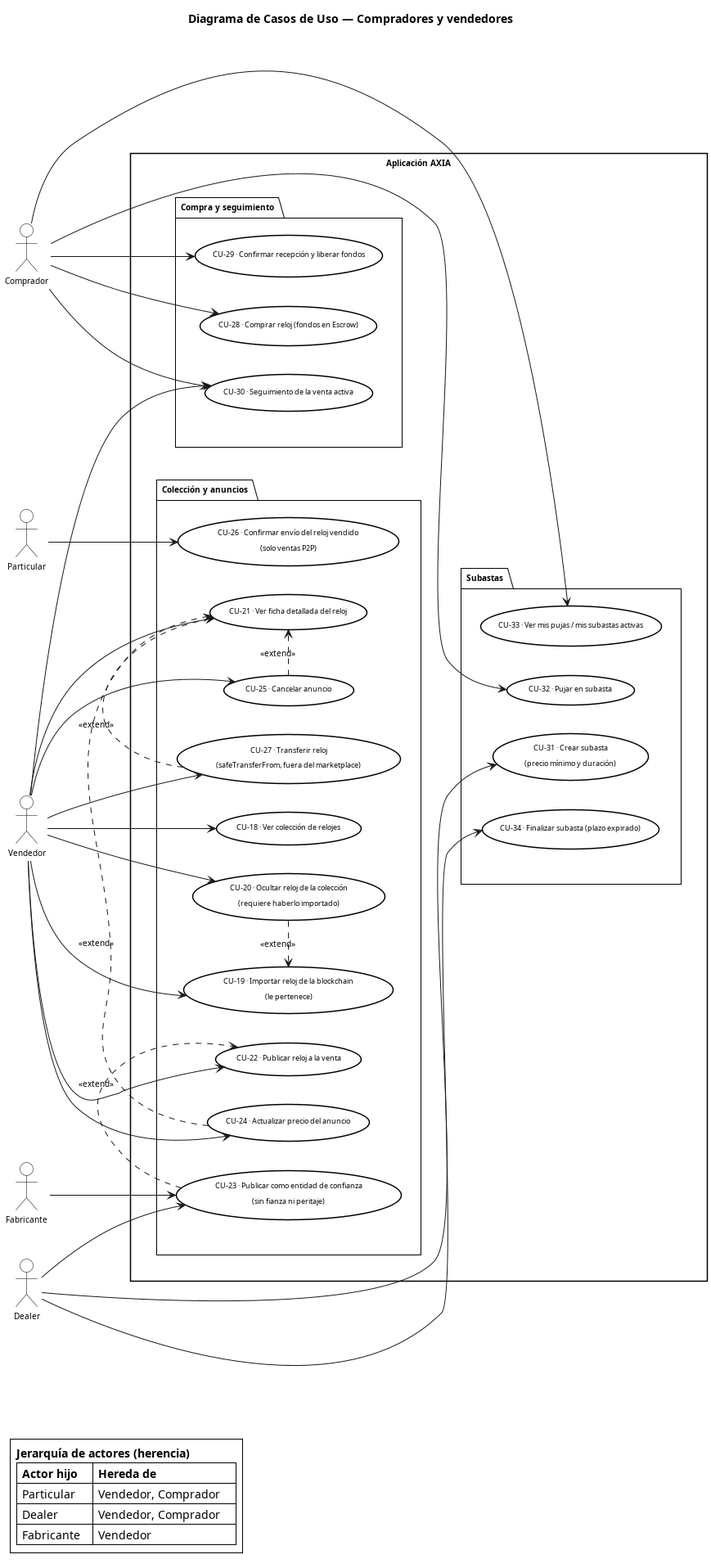
carlosherrerog/AXIA keeps this PlantUML diagram as docs/diagramas/CU_Aplicacion_2_Marketplace.png. Above is the earlier version. Its diagram source:
```plantuml
@startuml CU_Aplicacion_2_Marketplace

title Diagrama de Casos de Uso — Compradores y vendedores

skinparam actorStyle default
skinparam defaultFontName Arial
skinparam defaultFontSize 10
skinparam shadowing false
skinparam roundCorner 0
skinparam backgroundColor #FFFFFF
skinparam Padding 3

skinparam actor {
  BackgroundColor #FFFFFF
  BorderColor #000000
  FontColor #000000
  FontSize 10
}
skinparam usecase {
  BackgroundColor #FFFFFF
  BorderColor #000000
  FontColor #000000
  BorderThickness 1.5
  FontSize 9
}
skinparam package {
  BackgroundColor #FFFFFF
  BorderColor #000000
  FontColor #000000
  BorderThickness 1
  FontSize 10
}
skinparam rectangle {
  BackgroundColor #FFFFFF
  BorderColor #000000
  FontColor #000000
  BorderThickness 1.5
}

left to right direction

actor "Vendedor"    as Vendedor
actor "Comprador"   as Comprador

rectangle "  Aplicación AXIA  " {

  package "Colección y anuncios" as PKG_COL {
    usecase "CU-18 · Ver colección de relojes"                                  as CU_18
    usecase "CU-19 · Importar reloj de la blockchain\n(le pertenece)"         as CU_19
    usecase "CU-20 · Ocultar reloj de la colección\n(requiere haberlo importado)" as CU_20
    usecase "CU-21 · Ver ficha detallada del reloj"                             as CU_21
    usecase "CU-22 · Publicar reloj a la venta"                                 as CU_22
    usecase "CU-23 · Publicar como entidad de confianza\n(sin fianza ni peritaje)" as CU_23
    usecase "CU-24 · Actualizar precio del anuncio"                             as CU_24
    usecase "CU-25 · Cancelar anuncio"                                          as CU_25
    usecase "CU-26 · Confirmar envío del reloj vendido\n(solo ventas P2P)"     as CU_26
    usecase "CU-27 · Transferir reloj\n(safeTransferFrom, fuera del marketplace)" as CU_27
  }

  package "Compra y seguimiento" as PKG_COMPRA {
    usecase "CU-28 · Comprar reloj (fondos en Escrow)"                         as CU_28
    usecase "CU-29 · Confirmar recepción y liberar fondos"                     as CU_29
    usecase "CU-30 · Seguimiento de la venta activa"                           as CU_30
  }

  package "Subastas" as PKG_SUB {
    usecase "CU-31 · Crear subasta\n(precio mínimo y duración)"                 as CU_31
    usecase "CU-32 · Pujar en subasta"                                         as CU_32
    usecase "CU-33 · Ver mis pujas / mis subastas activas"                     as CU_33
    usecase "CU-34 · Finalizar subasta (plazo expirado)"                       as CU_34
  }

  CU_20 .> CU_19 : <<extend>>
  CU_23 .> CU_22  : <<extend>>
  CU_24  .> CU_21  : <<extend>>
  CU_25  .> CU_21  : <<extend>>
  CU_27 .> CU_21  : <<extend>>

  PKG_COL    -[hidden]r-> PKG_COMPRA
  PKG_COL    -[hidden]r-> PKG_SUB
  PKG_COMPRA -[hidden]d-> PKG_SUB
}

actor "Particular"  as Part
actor "Dealer"      as Dealer
actor "Fabricante"  as Fab

Vendedor  --> CU_18
Vendedor  --> CU_19
Vendedor  --> CU_20
Vendedor  --> CU_21
Vendedor  --> CU_22
Vendedor  --> CU_24
Vendedor  --> CU_25
Vendedor  --> CU_30
Vendedor  --> CU_27

Comprador --> CU_28
Comprador --> CU_29
Comprador --> CU_30
Comprador --> CU_32
Comprador --> CU_33

Part      --> CU_26

Dealer    --> CU_23
Dealer    --> CU_31
Dealer    --> CU_34

Fab       --> CU_23

legend bottom left
  <b>Jerarquía de actores (herencia)</b>
  |= Actor hijo  |= Hereda de             |
  | Particular   | Vendedor, Comprador    |
  | Dealer       | Vendedor, Comprador    |
  | Fabricante   | Vendedor               |
endlegend

@enduml
```
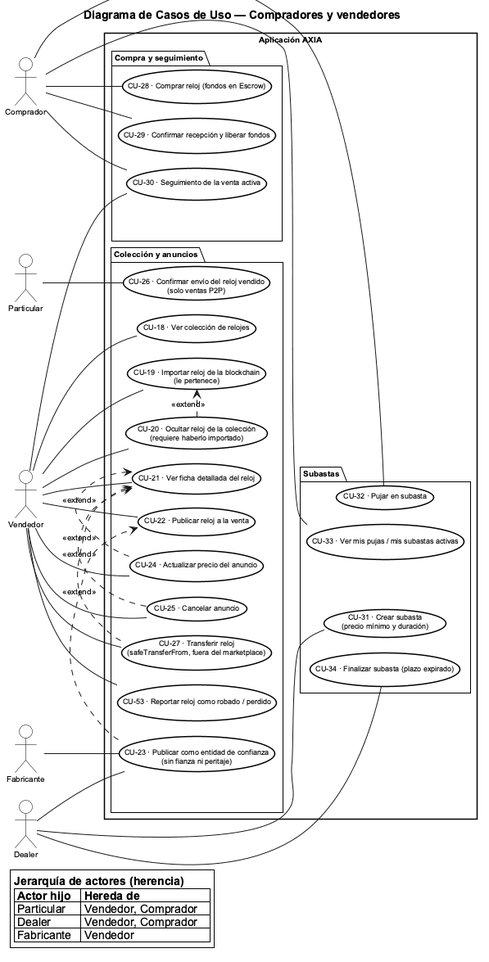
Later version of the same file.

What changed in the source:
```diff
@@ -1,4 +1,5 @@
 @startuml CU_Aplicacion_2_Marketplace
+!pragma layout smetana
 
 title Diagrama de Casos de Uso — Compradores y vendedores
 
@@ -8,7 +9,6 @@
 skinparam shadowing false
 skinparam roundCorner 0
 skinparam backgroundColor #FFFFFF
-skinparam Padding 3
 
 skinparam actor {
   BackgroundColor #FFFFFF
@@ -55,6 +55,7 @@
     usecase "CU-25 · Cancelar anuncio"                                          as CU_25
     usecase "CU-26 · Confirmar envío del reloj vendido\n(solo ventas P2P)"     as CU_26
     usecase "CU-27 · Transferir reloj\n(safeTransferFrom, fuera del marketplace)" as CU_27
+    usecase "CU-53 · Reportar reloj como robado / perdido"                       as CU_53
   }
 
   package "Compra y seguimiento" as PKG_COMPRA {
@@ -85,29 +86,30 @@
 actor "Dealer"      as Dealer
 actor "Fabricante"  as Fab
 
-Vendedor  --> CU_18
-Vendedor  --> CU_19
-Vendedor  --> CU_20
-Vendedor  --> CU_21
-Vendedor  --> CU_22
-Vendedor  --> CU_24
-Vendedor  --> CU_25
-Vendedor  --> CU_30
-Vendedor  --> CU_27
+Vendedor  -- CU_18
+Vendedor  -- CU_19
+Vendedor  -- CU_20
+Vendedor  -- CU_21
+Vendedor  -- CU_22
+Vendedor  -- CU_24
+Vendedor  -- CU_25
+Vendedor  -- CU_30
+Vendedor  -- CU_27
+Vendedor  -- CU_53
 
-Comprador --> CU_28
-Comprador --> CU_29
-Comprador --> CU_30
-Comprador --> CU_32
-Comprador --> CU_33
+Comprador -- CU_28
+Comprador -- CU_29
+Comprador -- CU_30
+Comprador -- CU_32
+Comprador -- CU_33
 
-Part      --> CU_26
+Part      -- CU_26
 
-Dealer    --> CU_23
-Dealer    --> CU_31
-Dealer    --> CU_34
+Dealer    -- CU_23
+Dealer    -- CU_31
+Dealer    -- CU_34
 
-Fab       --> CU_23
+Fab       -- CU_23
 
 legend bottom left
   <b>Jerarquía de actores (herencia)</b>
```
